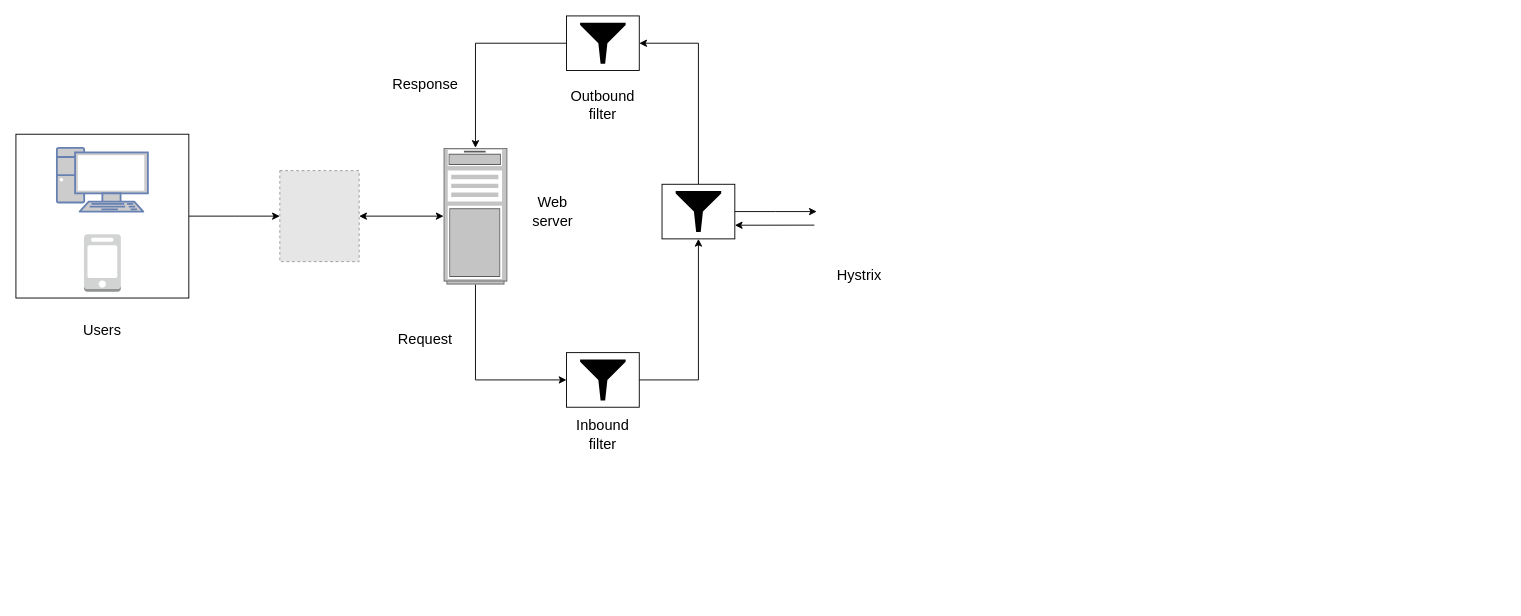
Earlier version of the draw.io diagram page "Page-8" (4 of 4) of Untitled Diagram.drawio (ManhKhoa1507/Temp). Source tidied: cells renumbered, new cells numbered last; positions are measured from the earlier drawing's top-left corner, leaving out a move shared by most shapes. Both pictures are drawn from the tidied source at 91%, with x=0, y=0 at pixel (15, 15). Pictures stored in the file or linked from it are replaced by grey dashed boxes.
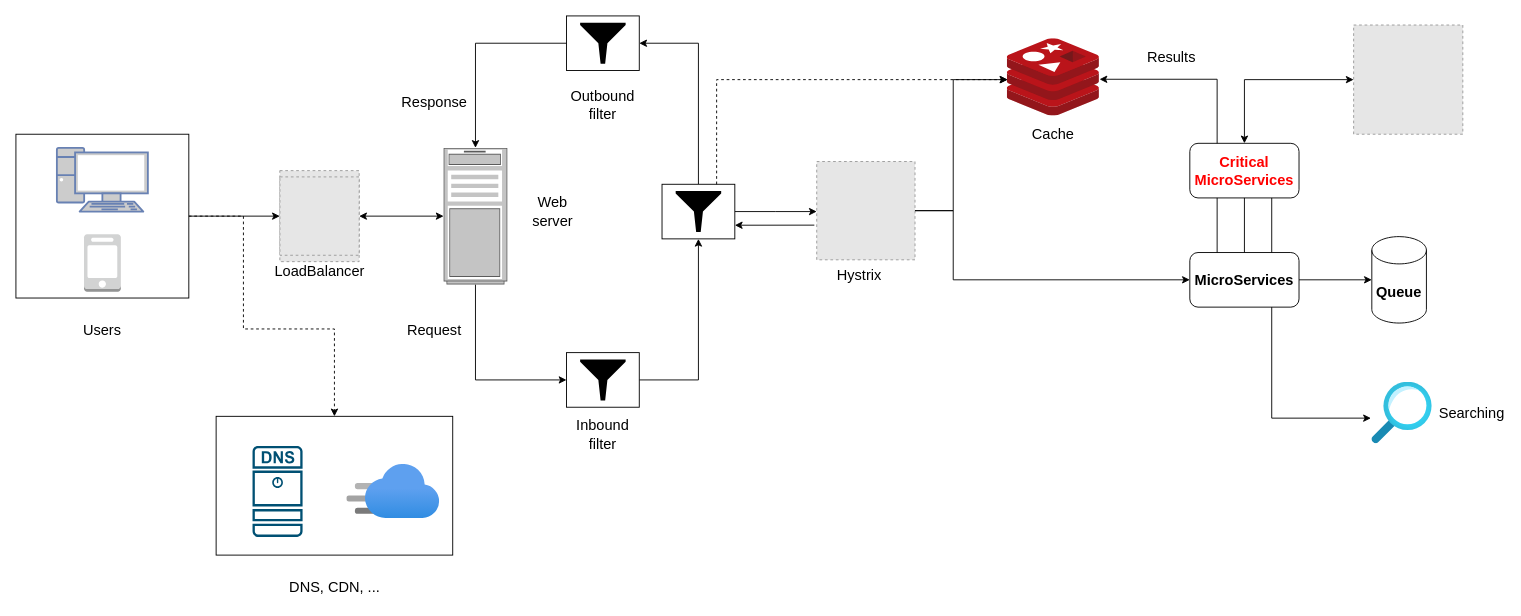
The same page after the edit.

Unchanged cells that the change refers to:
```xml
<mxCell id="3" style="rounded=0;whiteSpace=wrap;html=1;fontSize=16;" parent="1" vertex="1">
  <mxGeometry y="130" width="190" height="180" as="geometry" />
</mxCell>
<mxCell id="20" style="rounded=0;whiteSpace=wrap;html=1;fontSize=16;fillColor=#FFFFFF;strokeColor=default;" parent="1" vertex="1">
  <mxGeometry x="710" y="185" width="80" height="60" as="geometry" />
</mxCell>
```

What changed in the source:
```diff
@@
+    <mxCell id="28" style="rounded=0;whiteSpace=wrap;html=1;fontSize=16;fontColor=#FF0000;" parent="1" vertex="1">
+      <mxGeometry x="220" y="440" width="260" height="152.5" as="geometry" />
+    </mxCell>
@@
     <mxCell id="22" value="Request" style="text;html=1;strokeColor=none;fillColor=none;align=center;verticalAlign=middle;whiteSpace=wrap;rounded=0;fontSize=16;" parent="1" vertex="1">
-      <mxGeometry x="420" y="340" width="60" height="30" as="geometry" />
+      <mxGeometry x="430" y="330" width="60" height="30" as="geometry" />
     </mxCell>
     <mxCell id="23" value="Response" style="text;html=1;strokeColor=none;fillColor=none;align=center;verticalAlign=middle;whiteSpace=wrap;rounded=0;fontSize=16;" parent="1" vertex="1">
-      <mxGeometry x="420" y="60" width="60" height="30" as="geometry" />
+      <mxGeometry x="430" y="80" width="60" height="30" as="geometry" />
     </mxCell>
@@
+    <mxCell id="29" style="fillColor=#E6E6E6;strokeColor=#999999;dashed=1;verticalLabelPosition=bottom;labelBackgroundColor=default;verticalAlign=top;" parent="1" vertex="1">
+      <mxGeometry x="880" y="160" width="108" height="108" as="geometry" />
+    </mxCell>
+    <mxCell id="30" value="LoadBalancer" style="text;html=1;strokeColor=none;fillColor=none;align=center;verticalAlign=middle;whiteSpace=wrap;rounded=0;fontSize=16;" parent="1" vertex="1">
+      <mxGeometry x="303.6" y="265" width="60" height="30" as="geometry" />
+    </mxCell>
+    <mxCell id="31" style="sketch=0;html=1;points=[];align=center;image;fontSize=12;image=img/lib/mscae/Cache_Redis_Product.svg;" parent="1" vertex="1">
+      <mxGeometry x="1089.4" y="25" width="101.2" height="85" as="geometry" />
+    </mxCell>
+    <mxCell id="32" style="edgeStyle=orthogonalEdgeStyle;rounded=0;jettySize=auto;html=1;entryX=0;entryY=0.5;entryDx=0;entryDy=0;entryPerimeter=0;fontSize=16;" parent="1" edge="1" source="33" target="43">
+      <mxGeometry relative="1" as="geometry" />
+    </mxCell>
+    <mxCell id="33" value="&lt;font style=&quot;font-size: 16px;&quot;&gt;&lt;b&gt;MicroServices&lt;/b&gt;&lt;/font&gt;" style="rounded=1;whiteSpace=wrap;html=1;" parent="1" vertex="1">
+      <mxGeometry x="1290" y="260" width="120" height="60" as="geometry" />
+    </mxCell>
+    <mxCell id="34" value="&lt;b&gt;&lt;font color=&quot;#ff0000&quot; style=&quot;font-size: 16px;&quot;&gt;Critical MicroServices&lt;/font&gt;&lt;/b&gt;" style="rounded=1;whiteSpace=wrap;html=1;" parent="1" vertex="1">
+      <mxGeometry x="1290" y="140" width="120" height="60" as="geometry" />
+    </mxCell>
+    <mxCell id="35" style="fillColor=#E6E6E6;strokeColor=#999999;dashed=1;verticalLabelPosition=bottom;labelBackgroundColor=default;verticalAlign=top;" parent="1" vertex="1">
+      <mxGeometry x="1470" y="10" width="120" height="120" as="geometry" />
+    </mxCell>
+    <mxCell id="36" style="endArrow=classic;startArrow=classic;html=1;rounded=0;exitX=0.5;exitY=0;exitDx=0;exitDy=0;edgeStyle=orthogonalEdgeStyle;entryX=0;entryY=0.5;entryDx=0;entryDy=0;" parent="1" edge="1" source="34" target="35">
+      <mxGeometry relative="1" as="geometry">
+        <Array as="points">
+          <mxPoint x="1350" y="70" />
+        </Array>
+      </mxGeometry>
+    </mxCell>
+    <mxCell id="37" style="endArrow=none;html=1;rounded=0;fontSize=16;entryX=0.25;entryY=1;entryDx=0;entryDy=0;exitX=0.25;exitY=0;exitDx=0;exitDy=0;" parent="1" edge="1" source="33" target="34">
+      <mxGeometry relative="1" as="geometry" />
+    </mxCell>
+    <mxCell id="38" style="endArrow=none;html=1;rounded=0;fontSize=16;entryX=0.5;entryY=1;entryDx=0;entryDy=0;exitX=0.5;exitY=0;exitDx=0;exitDy=0;" parent="1" edge="1" source="33" target="34">
+      <mxGeometry relative="1" as="geometry" />
+    </mxCell>
+    <mxCell id="39" style="endArrow=none;html=1;rounded=0;fontSize=16;entryX=0.75;entryY=1;entryDx=0;entryDy=0;exitX=0.75;exitY=0;exitDx=0;exitDy=0;" parent="1" edge="1" source="33" target="34">
+      <mxGeometry relative="1" as="geometry" />
+    </mxCell>
+    <mxCell id="40" style="endArrow=classic;html=1;rounded=0;fontSize=16;exitX=0.25;exitY=0;exitDx=0;exitDy=0;edgeStyle=orthogonalEdgeStyle;entryX=1.002;entryY=0.525;entryDx=0;entryDy=0;entryPerimeter=0;" parent="1" edge="1" source="34" target="31">
+      <mxGeometry relative="1" as="geometry" />
+    </mxCell>
+    <mxCell id="41" style="endArrow=classic;html=1;rounded=0;fontSize=16;exitX=1;exitY=0.5;exitDx=0;exitDy=0;edgeStyle=orthogonalEdgeStyle;" parent="1" edge="1" source="29">
+      <mxGeometry relative="1" as="geometry">
+        <mxPoint x="1090" y="70" as="targetPoint" />
+        <Array as="points">
+          <mxPoint x="1030" y="214" />
+          <mxPoint x="1030" y="70" />
+          <mxPoint x="1088" y="70" />
+        </Array>
+      </mxGeometry>
+    </mxCell>
+    <mxCell id="42" style="endArrow=classic;html=1;rounded=0;fontSize=16;entryX=0;entryY=0.5;entryDx=0;entryDy=0;exitX=1;exitY=0.5;exitDx=0;exitDy=0;edgeStyle=orthogonalEdgeStyle;" parent="1" edge="1" source="29" target="33">
+      <mxGeometry relative="1" as="geometry">
+        <Array as="points">
+          <mxPoint x="1030" y="214" />
+          <mxPoint x="1030" y="290" />
+        </Array>
+      </mxGeometry>
+    </mxCell>
+    <mxCell id="43" value="&lt;b&gt;Queue&lt;/b&gt;" style="shape=cylinder3;whiteSpace=wrap;html=1;boundedLbl=1;backgroundOutline=1;size=15;fontSize=16;rotation=0;" parent="1" vertex="1">
+      <mxGeometry x="1490" y="242.5" width="60" height="95" as="geometry" />
+    </mxCell>
+    <mxCell id="44" style="html=1;points=[];align=center;image;fontSize=12;image=img/lib/azure2/general/Search.svg;" parent="1" vertex="1">
+      <mxGeometry x="1490" y="402.5" width="66.5" height="67.5" as="geometry" />
+    </mxCell>
+    <mxCell id="45" style="endArrow=classic;html=1;rounded=0;fontSize=16;entryX=-0.015;entryY=0.585;entryDx=0;entryDy=0;entryPerimeter=0;exitX=0.75;exitY=1;exitDx=0;exitDy=0;edgeStyle=orthogonalEdgeStyle;" parent="1" edge="1" source="33" target="44">
+      <mxGeometry relative="1" as="geometry" />
+    </mxCell>
+    <mxCell id="46" style="fillColor=#E6E6E6;strokeColor=#999999;dashed=1;verticalLabelPosition=bottom;labelBackgroundColor=default;verticalAlign=top;" parent="1" vertex="1">
+      <mxGeometry x="290.1" y="176.9" width="87.1" height="86.1" as="geometry" />
+    </mxCell>
+    <mxCell id="47" value="Cache" style="text;html=1;strokeColor=none;fillColor=none;align=center;verticalAlign=middle;whiteSpace=wrap;rounded=0;fontSize=16;" parent="1" vertex="1">
+      <mxGeometry x="1110" y="115" width="60" height="30" as="geometry" />
+    </mxCell>
+    <mxCell id="48" style="endArrow=classic;html=1;rounded=0;fontSize=16;exitX=0.75;exitY=0;exitDx=0;exitDy=0;edgeStyle=orthogonalEdgeStyle;dashed=1;" parent="1" edge="1" source="20" target="31">
+      <mxGeometry relative="1" as="geometry">
+        <Array as="points">
+          <mxPoint x="770" y="70" />
+        </Array>
+      </mxGeometry>
+    </mxCell>
+    <mxCell id="49" value="Results" style="text;html=1;strokeColor=none;fillColor=none;align=center;verticalAlign=middle;whiteSpace=wrap;rounded=0;fontSize=16;" parent="1" vertex="1">
+      <mxGeometry x="1240" y="30" width="60" height="30" as="geometry" />
+    </mxCell>
+    <mxCell id="50" style="sketch=0;verticalLabelPosition=bottom;html=1;verticalAlign=top;align=center;shape=mxgraph.cisco19.dns_server;fillColor=#005073;strokeColor=none;fontSize=16;fontColor=#FF0000;" parent="1" vertex="1">
+      <mxGeometry x="260" y="472.5" width="55" height="100" as="geometry" />
+    </mxCell>
+    <mxCell id="51" style="html=1;align=center;image;fontSize=12;image=img/lib/azure2/app_services/CDN_Profiles.svg;fontColor=#FF0000;" parent="1" vertex="1">
+      <mxGeometry x="363.6" y="492.5" width="102" height="60" as="geometry" />
+    </mxCell>
+    <mxCell id="52" value="DNS, CDN, ..." style="text;html=1;strokeColor=none;fillColor=none;align=center;verticalAlign=middle;whiteSpace=wrap;rounded=0;fontSize=16;" parent="1" vertex="1">
+      <mxGeometry x="292.5" y="612.5" width="115" height="30" as="geometry" />
+    </mxCell>
+    <mxCell id="53" style="endArrow=classic;html=1;rounded=0;dashed=1;fontSize=16;fontColor=#FF0000;entryX=0.5;entryY=0;entryDx=0;entryDy=0;exitX=1;exitY=0.5;exitDx=0;exitDy=0;edgeStyle=orthogonalEdgeStyle;" parent="1" edge="1" source="3" target="28">
+      <mxGeometry relative="1" as="geometry">
+        <Array as="points">
+          <mxPoint x="250" y="220" />
+          <mxPoint x="250" y="344" />
+          <mxPoint x="350" y="344" />
+        </Array>
+      </mxGeometry>
+    </mxCell>
+    <mxCell id="54" value="Searching" style="text;html=1;strokeColor=none;fillColor=none;align=center;verticalAlign=middle;whiteSpace=wrap;rounded=0;fontSize=16;" parent="1" vertex="1">
+      <mxGeometry x="1570" y="421.2" width="60" height="30" as="geometry" />
+    </mxCell>
```
